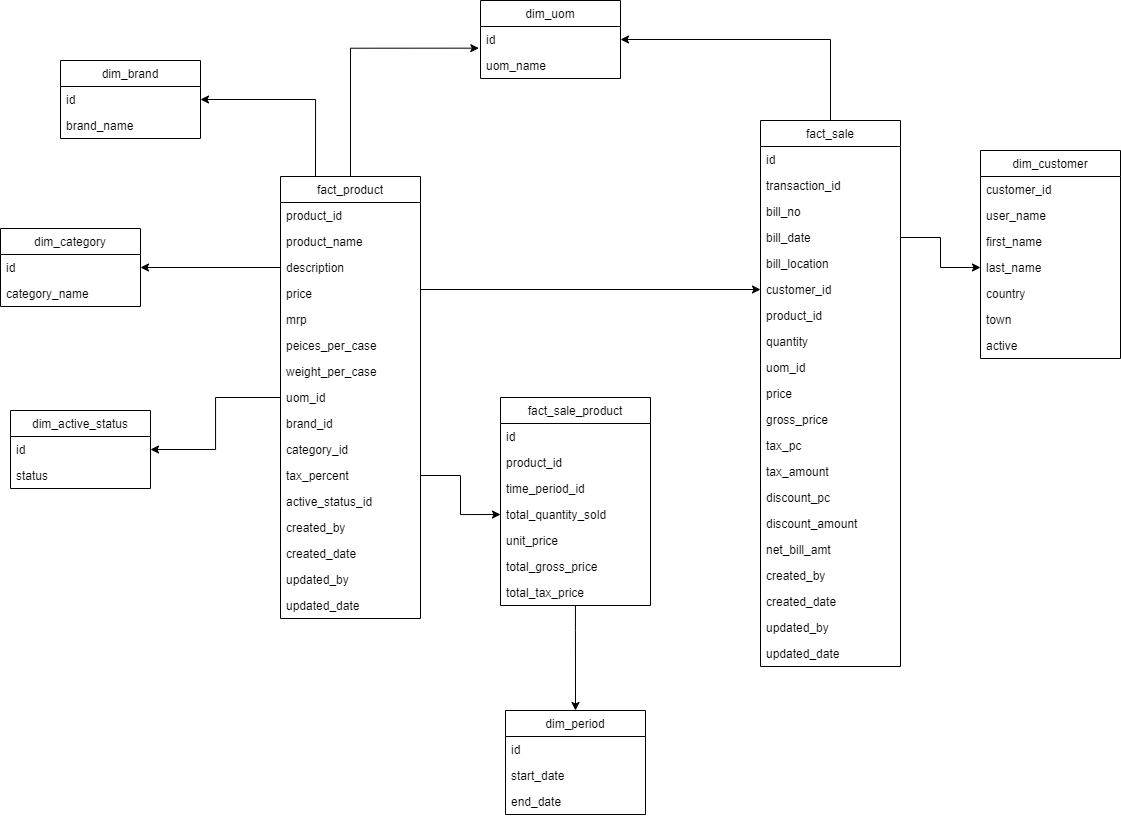
The draw.io diagram weekend-assignment/docs/data-warehouse-design.drawio.png in nischalbadal/data-warehouse-assignments-leapfrog, before a commit. Source tidied: cells renumbered, new cells last; positions are measured from the earlier drawing's top-left corner, leaving out a move shared by most shapes.
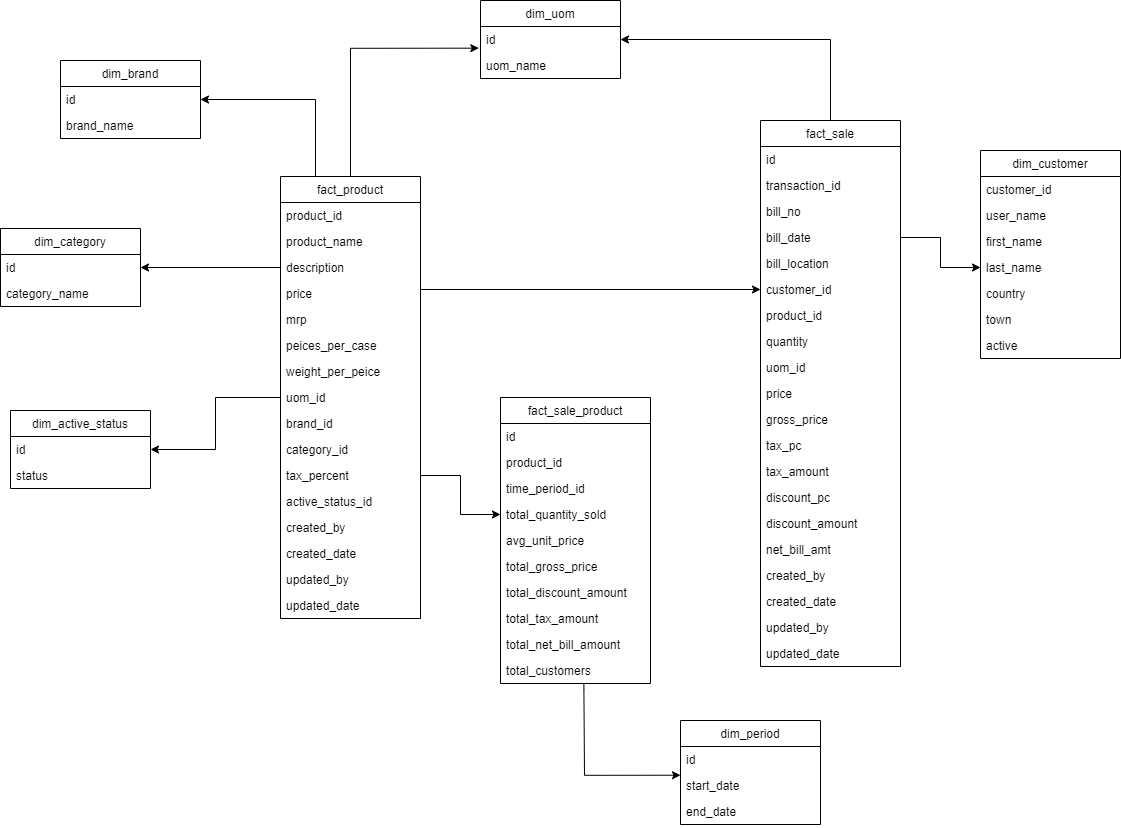
Above is the later version.

The edit, as a diff of the source:
```diff
@@ -29,7 +29,7 @@
     <mxCell id="10" value="peices_per_case" style="text;strokeColor=none;fillColor=none;align=left;verticalAlign=top;spacingLeft=4;spacingRight=4;overflow=hidden;" parent="4" vertex="1">
       <mxGeometry y="156" width="140" height="26" as="geometry" />
     </mxCell>
-    <mxCell id="11" value="weight_per_case" style="text;strokeColor=none;fillColor=none;align=left;verticalAlign=top;spacingLeft=4;spacingRight=4;overflow=hidden;" parent="4" vertex="1">
+    <mxCell id="11" value="weight_per_peice" style="text;strokeColor=none;fillColor=none;align=left;verticalAlign=top;spacingLeft=4;spacingRight=4;overflow=hidden;" parent="4" vertex="1">
       <mxGeometry y="182" width="140" height="26" as="geometry" />
     </mxCell>
     <mxCell id="12" value="uom_id" style="text;strokeColor=none;fillColor=none;align=left;verticalAlign=top;spacingLeft=4;spacingRight=4;overflow=hidden;points=[[0,0.5],[1,0.5]];portConstraint=eastwest;" parent="4" vertex="1">
@@ -204,7 +204,7 @@
       <mxGeometry relative="1" as="geometry" />
     </mxCell>
     <mxCell id="67" value="fact_sale_product" style="swimlane;fontStyle=0;horizontal=1;startSize=26;" parent="1" vertex="1">
-      <mxGeometry x="500" y="397" width="150" height="208" as="geometry" />
+      <mxGeometry x="500" y="397" width="150" height="286" as="geometry" />
     </mxCell>
     <mxCell id="68" value="id" style="text;strokeColor=none;fillColor=none;align=left;verticalAlign=top;spacingLeft=4;spacingRight=4;overflow=hidden;" parent="67" vertex="1">
       <mxGeometry y="26" width="150" height="26" as="geometry" />
@@ -218,17 +218,26 @@
     <mxCell id="71" value="total_quantity_sold&#10;" style="text;strokeColor=none;fillColor=none;align=left;verticalAlign=top;spacingLeft=4;spacingRight=4;overflow=hidden;points=[[0,0.5],[1,0.5]];portConstraint=eastwest;" parent="67" vertex="1">
       <mxGeometry y="104" width="150" height="26" as="geometry" />
     </mxCell>
-    <mxCell id="72" value="unit_price" style="text;strokeColor=none;fillColor=none;align=left;verticalAlign=top;spacingLeft=4;spacingRight=4;overflow=hidden;" parent="67" vertex="1">
+    <mxCell id="72" value="avg_unit_price" style="text;strokeColor=none;fillColor=none;align=left;verticalAlign=top;spacingLeft=4;spacingRight=4;overflow=hidden;" parent="67" vertex="1">
       <mxGeometry y="130" width="150" height="26" as="geometry" />
     </mxCell>
     <mxCell id="73" value="total_gross_price" style="text;strokeColor=none;fillColor=none;align=left;verticalAlign=top;spacingLeft=4;spacingRight=4;overflow=hidden;" parent="67" vertex="1">
       <mxGeometry y="156" width="150" height="26" as="geometry" />
     </mxCell>
+    <mxCell id="81" value="total_discount_amount" style="text;strokeColor=none;fillColor=none;align=left;verticalAlign=top;spacingLeft=4;spacingRight=4;overflow=hidden;" parent="67" vertex="1">
+      <mxGeometry y="182" width="150" height="26" as="geometry" />
+    </mxCell>
-    <mxCell id="74" value="total_tax_price" style="text;strokeColor=none;fillColor=none;align=left;verticalAlign=top;spacingLeft=4;spacingRight=4;overflow=hidden;points=[[0,0.5],[1,0.5]];portConstraint=eastwest;" parent="67" vertex="1">
-      <mxGeometry y="182" width="150" height="26" as="geometry" />
+    <mxCell id="74" value="total_tax_amount" style="text;strokeColor=none;fillColor=none;align=left;verticalAlign=top;spacingLeft=4;spacingRight=4;overflow=hidden;points=[[0,0.5],[1,0.5]];portConstraint=eastwest;" parent="67" vertex="1">
+      <mxGeometry y="208" width="150" height="26" as="geometry" />
     </mxCell>
+    <mxCell id="82" value="total_net_bill_amount" style="text;strokeColor=none;fillColor=none;align=left;verticalAlign=top;spacingLeft=4;spacingRight=4;overflow=hidden;" parent="67" vertex="1">
+      <mxGeometry y="234" width="150" height="26" as="geometry" />
+    </mxCell>
+    <mxCell id="83" value="total_customers" style="text;strokeColor=none;fillColor=none;align=left;verticalAlign=top;spacingLeft=4;spacingRight=4;overflow=hidden;points=[[0,0.5],[1,0.5]];portConstraint=eastwest;" parent="67" vertex="1">
+      <mxGeometry y="260" width="150" height="26" as="geometry" />
+    </mxCell>
     <mxCell id="75" value="dim_period" style="swimlane;fontStyle=0;horizontal=1;startSize=26;" parent="1" vertex="1">
-      <mxGeometry x="505" y="710" width="140" height="104" as="geometry" />
+      <mxGeometry x="680" y="720" width="140" height="104" as="geometry" />
     </mxCell>
     <mxCell id="76" value="id" style="text;strokeColor=none;fillColor=none;align=left;verticalAlign=top;spacingLeft=4;spacingRight=4;overflow=hidden;points=[[0,0.5],[1,0.5]];portConstraint=eastwest;" parent="75" vertex="1">
       <mxGeometry y="26" width="140" height="26" as="geometry" />
@@ -239,11 +248,11 @@
     <mxCell id="78" value="end_date" style="text;strokeColor=none;fillColor=none;align=left;verticalAlign=top;spacingLeft=4;spacingRight=4;overflow=hidden;" parent="75" vertex="1">
       <mxGeometry y="78" width="140" height="26" as="geometry" />
     </mxCell>
-    <mxCell id="79" style="edgeStyle=orthogonalEdgeStyle;rounded=0;jettySize=auto;html=1;entryX=0.5;entryY=0;entryDx=0;entryDy=0;" parent="1" edge="1" source="74" target="75">
+    <mxCell id="79" style="edgeStyle=orthogonalEdgeStyle;rounded=0;jettySize=auto;html=1;exitX=0.556;exitY=1;exitDx=0;exitDy=0;exitPerimeter=0;entryX=0;entryY=1.105;entryDx=0;entryDy=0;entryPerimeter=0;" parent="1" edge="1" source="83" target="76">
       <mxGeometry relative="1" as="geometry">
         <Array as="points">
-          <mxPoint x="575" y="630" />
-          <mxPoint x="575" y="630" />
+          <mxPoint x="583" y="689" />
+          <mxPoint x="584" y="775" />
         </Array>
       </mxGeometry>
     </mxCell>
```
